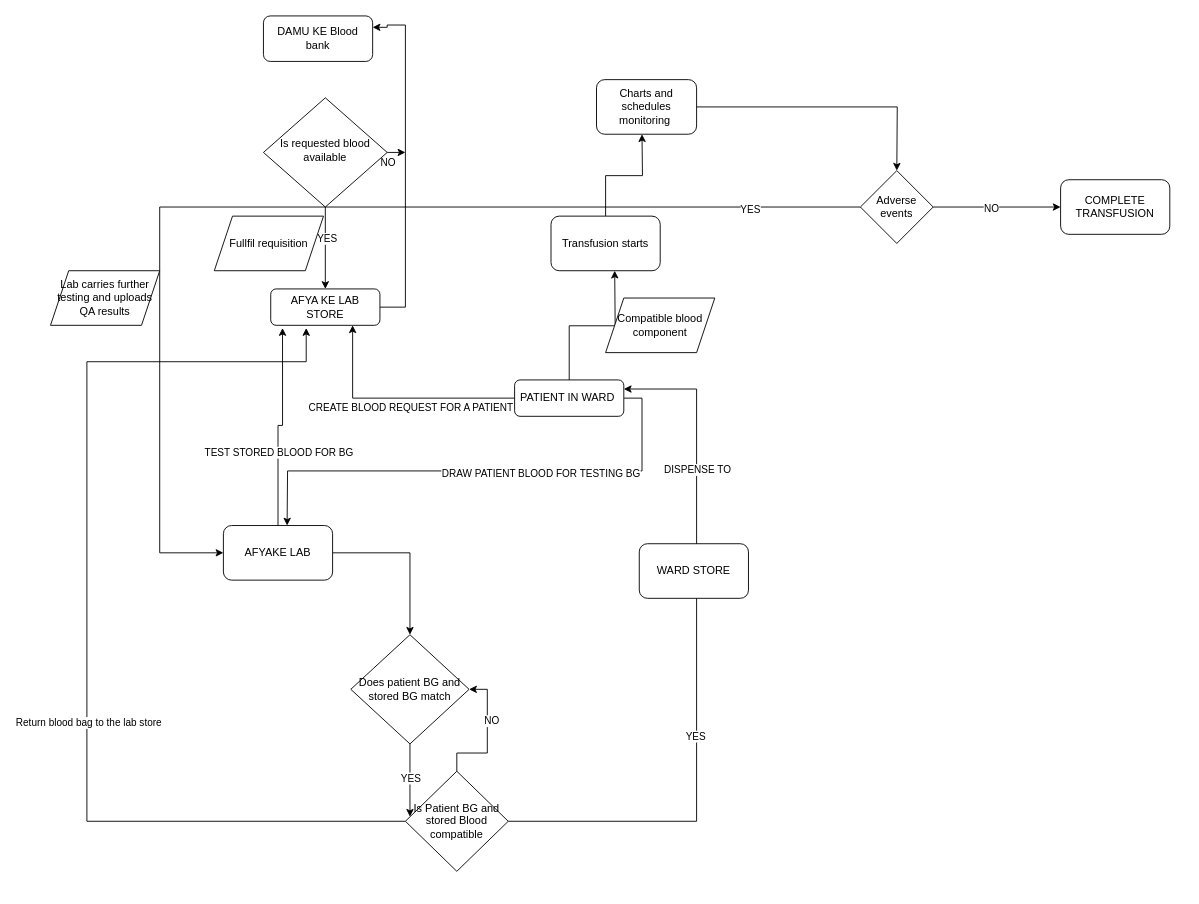
The draw.io diagram Untitled Diagram.drawio in kelvinmudanya/zero_day, before the edit. Source tidied: cells renumbered, new cells numbered last; positions are measured from the earlier drawing's top-left corner, leaving out a move shared by most shapes. Both pictures are drawn from the tidied source at 91%, with x=0, y=0 at pixel (50, 15). Pictures stored in the file or linked from it are replaced by grey dashed boxes.
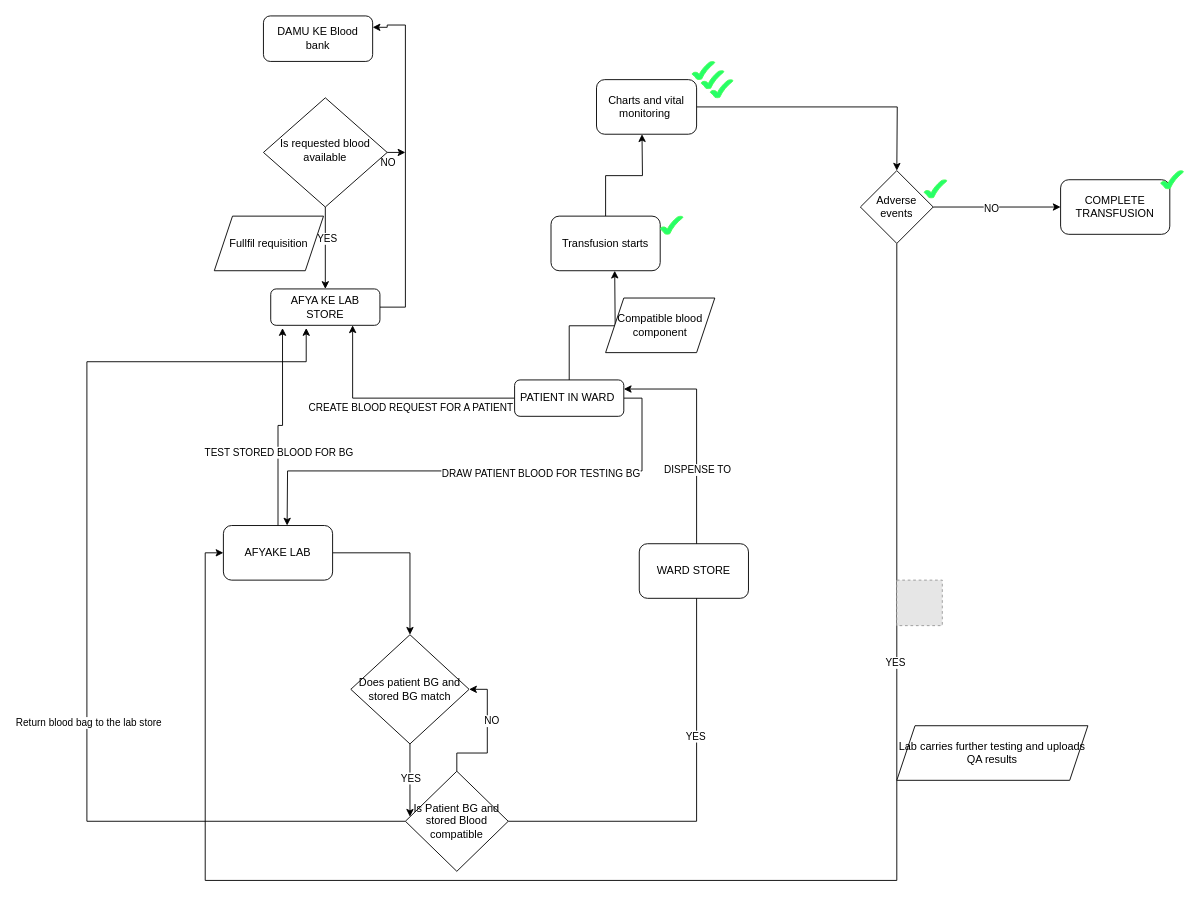
Above is the later version.

The change refers to these unchanged cells:
```xml
<mxCell id="12" value="AFYAKE LAB" style="rounded=1;whiteSpace=wrap;html=1;" parent="1" vertex="1">
  <mxGeometry x="190" y="560" width="120" height="60" as="geometry" />
</mxCell>
<mxCell id="42" value="Adverse events" style="rhombus;whiteSpace=wrap;html=1;" parent="1" vertex="1">
  <mxGeometry x="890" y="170" width="80" height="80" as="geometry" />
</mxCell>
```

Change to the diagram source:
```diff
@@
-    <mxCell id="37" value="Charts and schedules monitoring&amp;nbsp;" style="rounded=1;whiteSpace=wrap;html=1;" parent="1" vertex="1">
+    <mxCell id="37" value="Charts and vital monitoring&amp;nbsp;" style="rounded=1;whiteSpace=wrap;html=1;" parent="1" vertex="1">
       <mxGeometry x="600" y="70" width="110" height="60" as="geometry" />
     </mxCell>
@@
     <mxCell id="40" style="edgeStyle=orthogonalEdgeStyle;rounded=0;jettySize=auto;html=1;entryX=0;entryY=0.5;entryDx=0;entryDy=0;" parent="1" edge="1" source="42" target="12">
       <mxGeometry relative="1" as="geometry">
         <Array as="points">
-          <mxPoint x="120" y="210" />
-          <mxPoint x="120" y="590" />
+          <mxPoint x="930" y="950" />
+          <mxPoint x="170" y="950" />
+          <mxPoint x="170" y="590" />
         </Array>
       </mxGeometry>
     </mxCell>
-    <mxCell id="41" value="YES" style="edgeLabel;html=1;align=center;verticalAlign=middle;" parent="40" vertex="1">
-      <mxGeometry x="-0.8" y="2" relative="1" as="geometry" />
+    <mxCell id="41" value="YES&amp;nbsp;" style="edgeLabel;html=1;align=center;verticalAlign=middle;" parent="40" vertex="1">
+      <mxGeometry x="-0.5" y="-1" relative="1" as="geometry" />
     </mxCell>
@@
     <mxCell id="44" value="Lab carries further testing and uploads QA results" style="shape=parallelogram;perimeter=parallelogramPerimeter;whiteSpace=wrap;html=1;fixedSize=1;" parent="1" vertex="1">
-      <mxGeometry y="280" width="120" height="60" as="geometry" />
+      <mxGeometry x="930" y="780" width="210" height="60" as="geometry" />
     </mxCell>
+    <mxCell id="45" style="verticalLabelPosition=bottom;verticalAlign=top;html=1;shape=mxgraph.basic.tick;strokeColor=#45FF57;fillColor=#26FF67;" parent="1" vertex="1">
+      <mxGeometry x="705" y="50" width="25" height="20" as="geometry" />
+    </mxCell>
+    <mxCell id="46" style="verticalLabelPosition=bottom;verticalAlign=top;html=1;shape=mxgraph.basic.tick;strokeColor=#45FF57;fillColor=#26FF67;" parent="1" vertex="1">
+      <mxGeometry x="960" y="180" width="25" height="20" as="geometry" />
+    </mxCell>
+    <mxCell id="47" style="verticalLabelPosition=bottom;verticalAlign=top;html=1;shape=mxgraph.basic.tick;strokeColor=#45FF57;fillColor=#26FF67;" parent="1" vertex="1">
+      <mxGeometry x="1220" y="170" width="25" height="20" as="geometry" />
+    </mxCell>
+    <mxCell id="48" style="fillColor=#E6E6E6;strokeColor=#999999;dashed=1;html=1;verticalAlign=top;verticalLabelPosition=bottom;labelBackgroundColor=#ffffff;" parent="1" vertex="1">
+      <mxGeometry x="930" y="620" width="50" height="50" as="geometry" />
+    </mxCell>
+    <mxCell id="49" style="verticalLabelPosition=bottom;verticalAlign=top;html=1;shape=mxgraph.basic.tick;strokeColor=#45FF57;fillColor=#26FF67;" parent="1" vertex="1">
+      <mxGeometry x="715" y="60" width="25" height="20" as="geometry" />
+    </mxCell>
+    <mxCell id="50" style="verticalLabelPosition=bottom;verticalAlign=top;html=1;shape=mxgraph.basic.tick;strokeColor=#45FF57;fillColor=#26FF67;" parent="1" vertex="1">
+      <mxGeometry x="725" y="70" width="25" height="20" as="geometry" />
+    </mxCell>
+    <mxCell id="51" style="verticalLabelPosition=bottom;verticalAlign=top;html=1;shape=mxgraph.basic.tick;strokeColor=#45FF57;fillColor=#26FF67;" parent="1" vertex="1">
+      <mxGeometry x="670" y="220" width="25" height="20" as="geometry" />
+    </mxCell>
```
